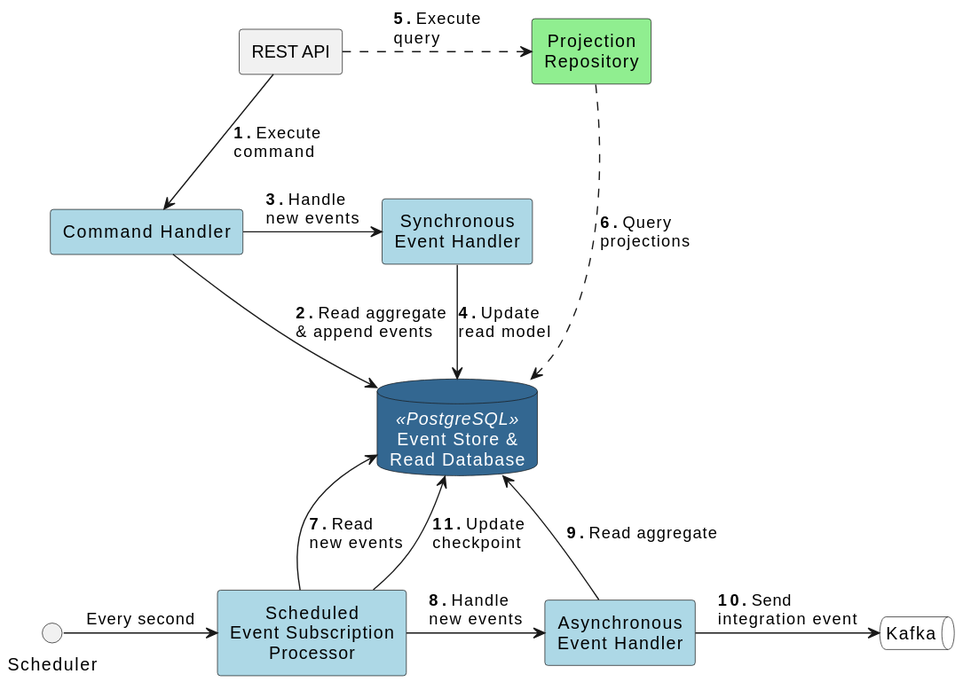
Above: img/postgresql-event-sourcing.svg in tonminhce/postgresql-event-sourcing (PlantUML), before the change.
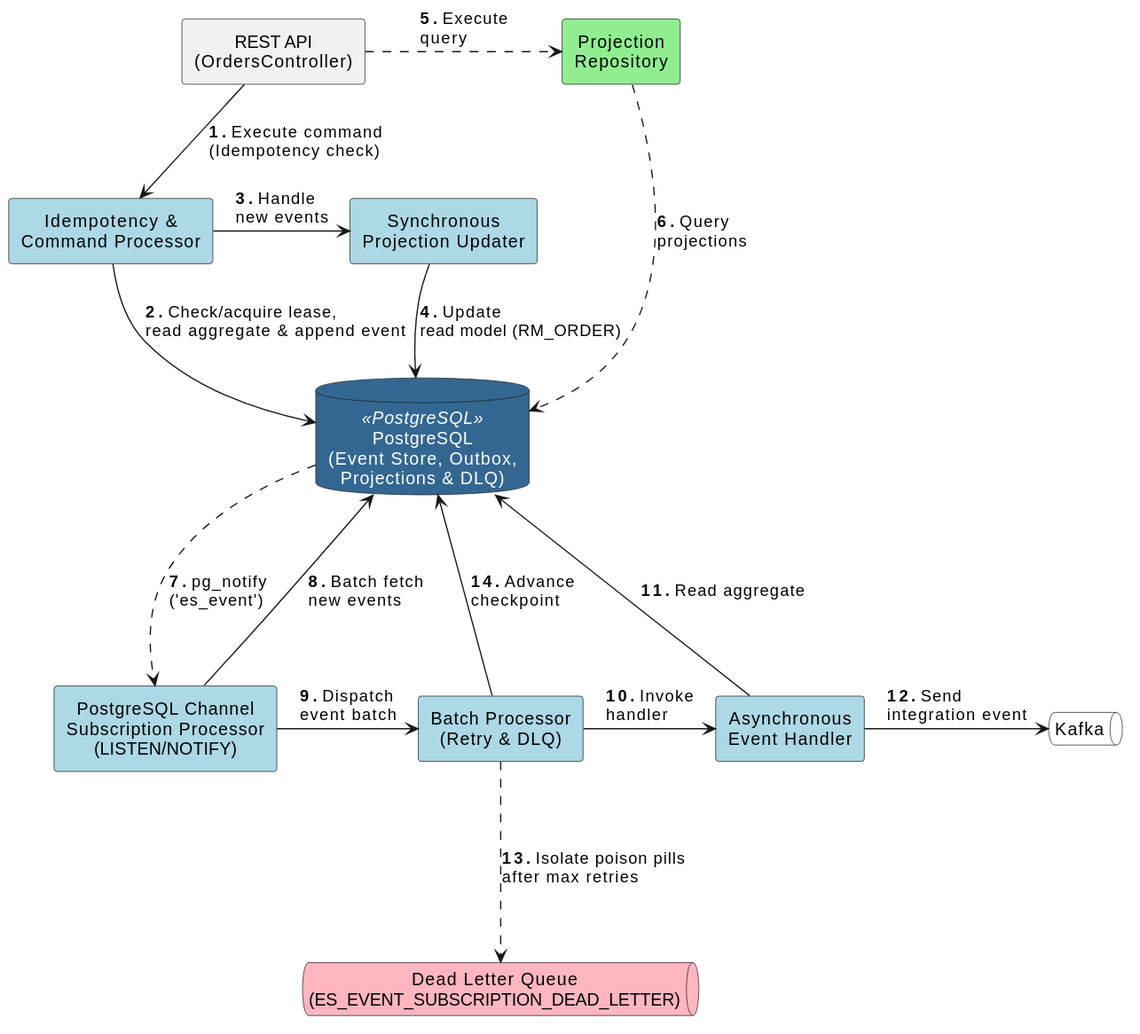
Above is the later version.

Commit message:
docs(diagrams): update PlantUML sources, SVGs, ERD, and add Idempotency flowchart

Change to the diagram source:
```diff
@@ -1,6 +1,6 @@
 @startuml
-scale max 1024 width
-scale max 800 height
+scale max 1200 width
+scale max 900 height
 
 skinparam defaultTextAlignment center
 skinparam componentStyle rectangle
@@ -11,32 +11,38 @@
   FontColor White
 }
 
-component "REST API" as API
+component "REST API\n(OrdersController)" as API
 
-component "Command Handler" as CommandHandler #lightblue
+component "Idempotency &\nCommand Processor" as CommandHandler #lightblue
 
-component "Scheduled\nEvent Subscription\nProcessor" as ScheduledEventSubscriptionProcessor #lightblue
+component "PostgreSQL Channel\nSubscription Processor\n(LISTEN/NOTIFY)" as SubscriptionProcessor #lightblue
 
-component "Synchronous\nEvent Handler" as SyncEventHandler #lightblue
+component "Batch Processor\n(Retry & DLQ)" as BatchProcessor #lightblue
+
+component "Synchronous\nProjection Updater" as SyncEventHandler #lightblue
 
 component "Asynchronous\nEvent Handler" as AsyncEventHandler #lightblue
 
 component "Projection\nRepository" as Repository #lightgreen
 
-database "Event Store &\nRead Database" as Postgres <<PostgreSQL>>
+database "PostgreSQL\n(Event Store, Outbox,\nProjections & DLQ)" as Postgres <<PostgreSQL>>
 
 queue Kafka #White
 
-API -> CommandHandler: **1.** Execute\lcommand
-CommandHandler --> Postgres: **2.** Read aggregate\l& append events
+queue "Dead Letter Queue\n(ES_EVENT_SUBSCRIPTION_DEAD_LETTER)" as DLQ #lightpink
+
+API -> CommandHandler: **1.** Execute command\l(Idempotency check)
+CommandHandler --> Postgres: **2.** Check/acquire lease,\lread aggregate & append event
 CommandHandler -> SyncEventHandler: **3.** Handle\lnew events
-SyncEventHandler --> Postgres: **4.** Update\lread model
+SyncEventHandler --> Postgres: **4.** Update\lread model (RM_ORDER)
 API .> Repository: **5.** Execute\lquery
 Repository ...> Postgres: **6.** Query\lprojections
-Scheduler -right-> ScheduledEventSubscriptionProcessor: Every second
-ScheduledEventSubscriptionProcessor -up-> Postgres: **7.** Read\lnew events
-ScheduledEventSubscriptionProcessor -> AsyncEventHandler: **8.** Handle\lnew events
-AsyncEventHandler --> Postgres: **9.** Read aggregate
-AsyncEventHandler -right-> Kafka: **10.** Send\lintegration event
-ScheduledEventSubscriptionProcessor --> Postgres: **11.** Update\lcheckpoint
+Postgres -.-> SubscriptionProcessor: **7.** pg_notify\l('es_event')
+SubscriptionProcessor -up-> Postgres: **8.** Batch fetch\lnew events
+SubscriptionProcessor -> BatchProcessor: **9.** Dispatch\levent batch
+BatchProcessor -> AsyncEventHandler: **10.** Invoke\lhandler
+AsyncEventHandler --> Postgres: **11.** Read aggregate
+AsyncEventHandler -right-> Kafka: **12.** Send\lintegration event
+BatchProcessor -.-> DLQ: **13.** Isolate poison pills\lafter max retries
+BatchProcessor --> Postgres: **14.** Advance\lcheckpoint
 @enduml
```
